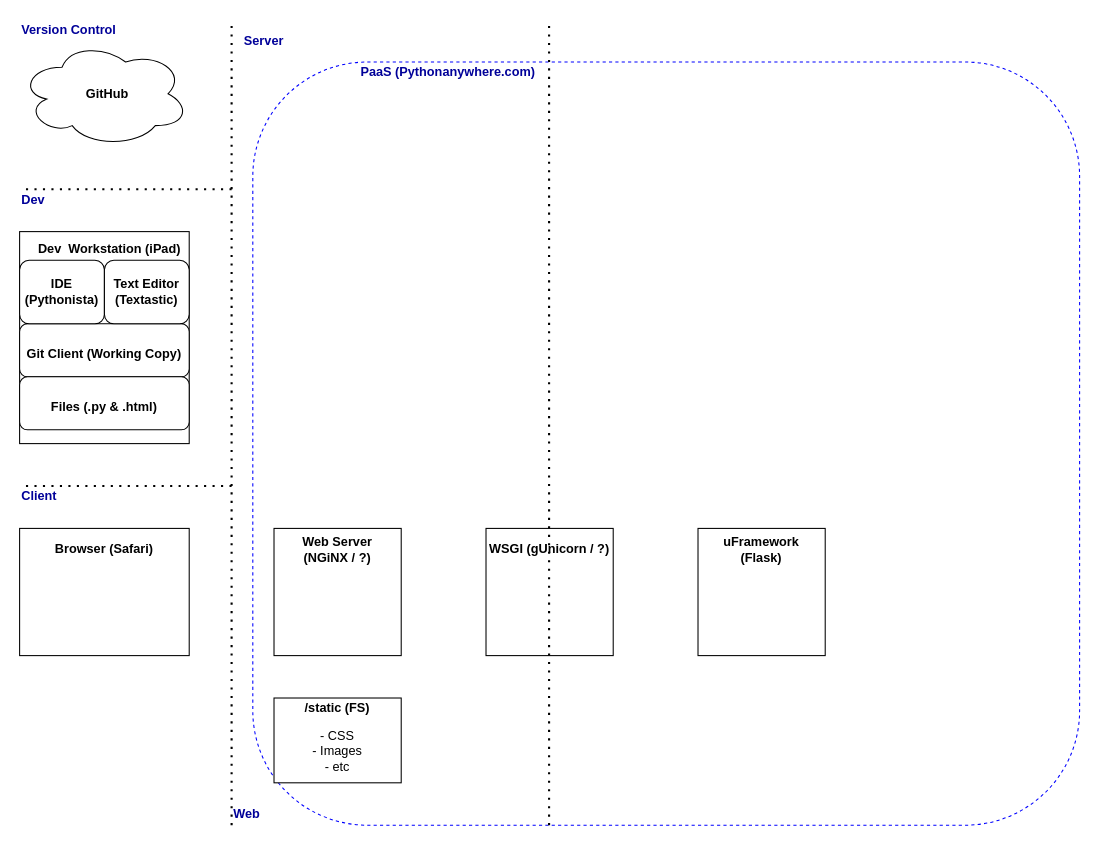
The draw.io diagram Web Flow.drawio in tsnellgrove/draw.io, before the edit. Source tidied: cells renumbered, new cells numbered last; positions are measured from the earlier drawing's top-left corner, leaving out a move shared by most shapes. Both pictures are drawn from the tidied source at 106%, with x=0, y=0 at pixel (19, 19).
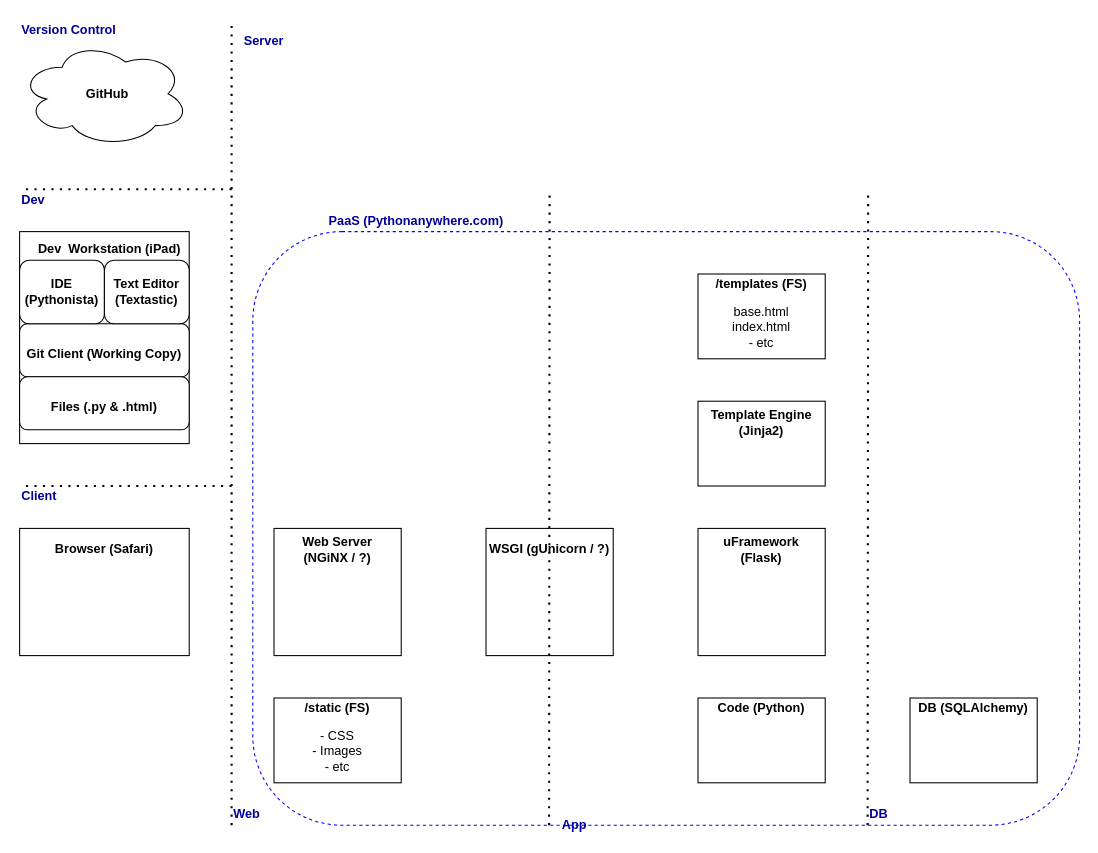
The same page after the edit.

Diff of the diagram source:
```diff
@@
     <mxCell id="2" style="rounded=1;whiteSpace=wrap;html=1;fillColor=none;dashed=1;strokeColor=#0000FF;" parent="1" vertex="1">
-      <mxGeometry x="220" y="40" width="780" height="720" as="geometry" />
+      <mxGeometry x="220" y="200" width="780" height="560" as="geometry" />
     </mxCell>
@@
     <mxCell id="23" value="PaaS (Pythonanywhere.com)" style="text;html=1;strokeColor=none;fillColor=none;align=left;verticalAlign=middle;whiteSpace=wrap;rounded=0;fontStyle=1;fontColor=#000099;" parent="1" vertex="1">
-      <mxGeometry x="320" y="40" width="190" height="20" as="geometry" />
+      <mxGeometry x="290" y="180" width="190" height="20" as="geometry" />
     </mxCell>
@@
     <mxCell id="34" style="endArrow=none;dashed=1;html=1;dashPattern=1 3;strokeWidth=2;" parent="1" edge="1">
       <mxGeometry relative="1" as="geometry">
         <mxPoint x="499.5" y="760" as="sourcePoint" />
-        <mxPoint x="499.5" as="targetPoint" />
+        <mxPoint x="500" y="160" as="targetPoint" />
       </mxGeometry>
     </mxCell>
@@
+    <mxCell id="36" style="rounded=0;whiteSpace=wrap;html=1;" parent="1" vertex="1">
+      <mxGeometry x="640" y="640" width="120" height="80" as="geometry" />
+    </mxCell>
+    <mxCell id="37" value="Code (Python)" style="text;html=1;strokeColor=none;fillColor=none;align=center;verticalAlign=middle;whiteSpace=wrap;rounded=0;fontStyle=1;" parent="1" vertex="1">
+      <mxGeometry x="640" y="640" width="120" height="20" as="geometry" />
+    </mxCell>
+    <mxCell id="38" style="rounded=0;whiteSpace=wrap;html=1;" parent="1" vertex="1">
+      <mxGeometry x="840" y="640" width="120" height="80" as="geometry" />
+    </mxCell>
+    <mxCell id="39" value="DB (SQLAlchemy)" style="text;html=1;strokeColor=none;fillColor=none;align=center;verticalAlign=middle;whiteSpace=wrap;rounded=0;fontStyle=1;" parent="1" vertex="1">
+      <mxGeometry x="840" y="640" width="120" height="20" as="geometry" />
+    </mxCell>
+    <mxCell id="40" style="rounded=0;whiteSpace=wrap;html=1;" parent="1" vertex="1">
+      <mxGeometry x="640" y="360" width="120" height="80" as="geometry" />
+    </mxCell>
+    <mxCell id="41" value="Template Engine&lt;br&gt;(Jinja2)" style="text;html=1;strokeColor=none;fillColor=none;align=center;verticalAlign=middle;whiteSpace=wrap;rounded=0;fontStyle=1;" parent="1" vertex="1">
+      <mxGeometry x="640" y="360" width="120" height="40" as="geometry" />
+    </mxCell>
+    <mxCell id="42" style="rounded=0;whiteSpace=wrap;html=1;" parent="1" vertex="1">
+      <mxGeometry x="640" y="240" width="120" height="80" as="geometry" />
+    </mxCell>
+    <mxCell id="43" value="/templates (FS)" style="text;html=1;strokeColor=none;fillColor=none;align=center;verticalAlign=middle;whiteSpace=wrap;rounded=0;fontStyle=1;" parent="1" vertex="1">
+      <mxGeometry x="640" y="240" width="120" height="20" as="geometry" />
+    </mxCell>
+    <mxCell id="44" value="&lt;span style=&quot;font-weight: normal&quot;&gt;base.html&lt;br&gt;index.html&lt;br&gt;- etc&lt;/span&gt;" style="text;html=1;strokeColor=none;fillColor=none;align=center;verticalAlign=middle;whiteSpace=wrap;rounded=0;fontStyle=1;" parent="1" vertex="1">
+      <mxGeometry x="640" y="260" width="120" height="60" as="geometry" />
+    </mxCell>
+    <mxCell id="45" style="endArrow=none;dashed=1;html=1;dashPattern=1 3;strokeWidth=2;" parent="1" edge="1">
+      <mxGeometry relative="1" as="geometry">
+        <mxPoint x="800" y="760" as="sourcePoint" />
+        <mxPoint x="800.5" y="160" as="targetPoint" />
+      </mxGeometry>
+    </mxCell>
+    <mxCell id="46" value="DB" style="text;html=1;strokeColor=none;fillColor=none;align=left;verticalAlign=middle;whiteSpace=wrap;rounded=0;fontStyle=1;fontColor=#000099;" parent="1" vertex="1">
+      <mxGeometry x="800" y="740" width="120" height="20" as="geometry" />
+    </mxCell>
+    <mxCell id="47" value="App" style="text;html=1;strokeColor=none;fillColor=none;align=left;verticalAlign=middle;whiteSpace=wrap;rounded=0;fontStyle=1;fontColor=#000099;" parent="1" vertex="1">
+      <mxGeometry x="510" y="750" width="120" height="20" as="geometry" />
+    </mxCell>
```
